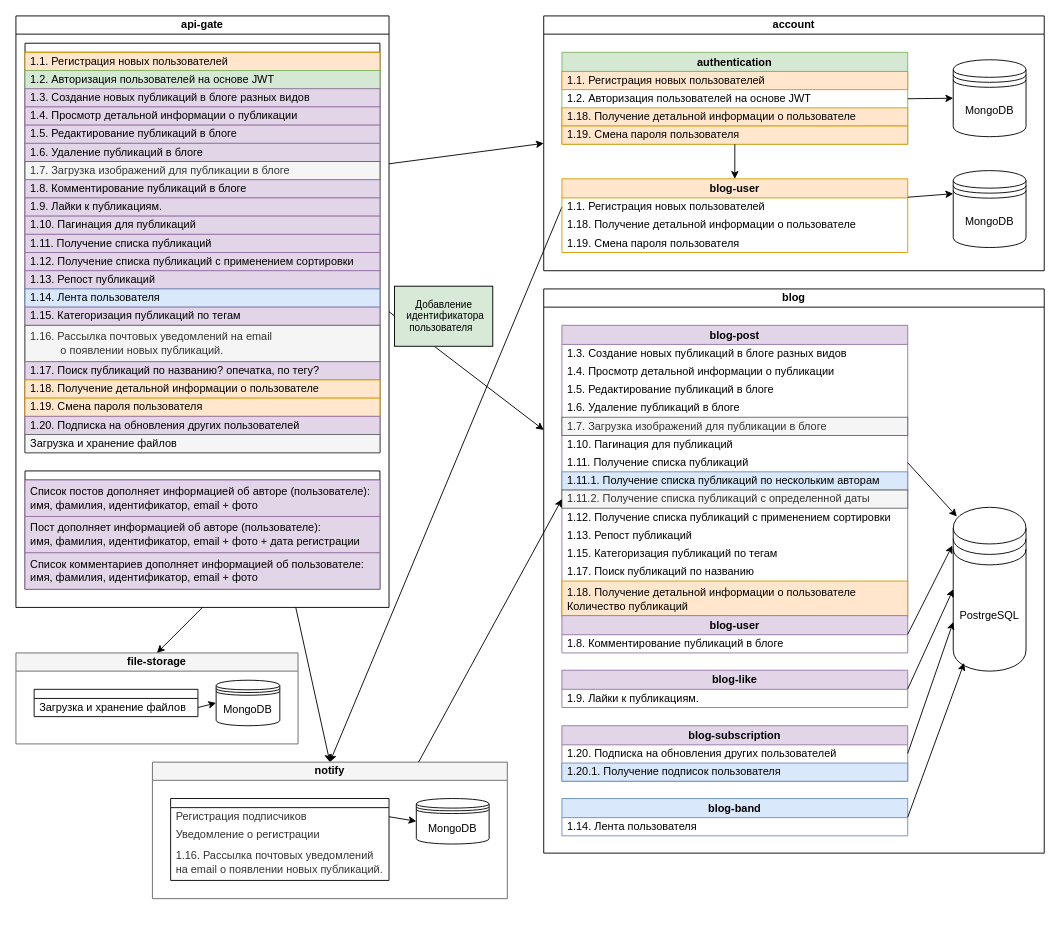
Before: specification.drawio in htmlacademy-nestjs/2486639-readme-8, a draw.io diagram. Source tidied: cells renumbered, new cells numbered last; positions are measured from the earlier drawing's top-left corner, leaving out a move shared by most shapes. Both pictures are drawn from the tidied source at 91%, with x=0, y=0 at pixel (15, 15).
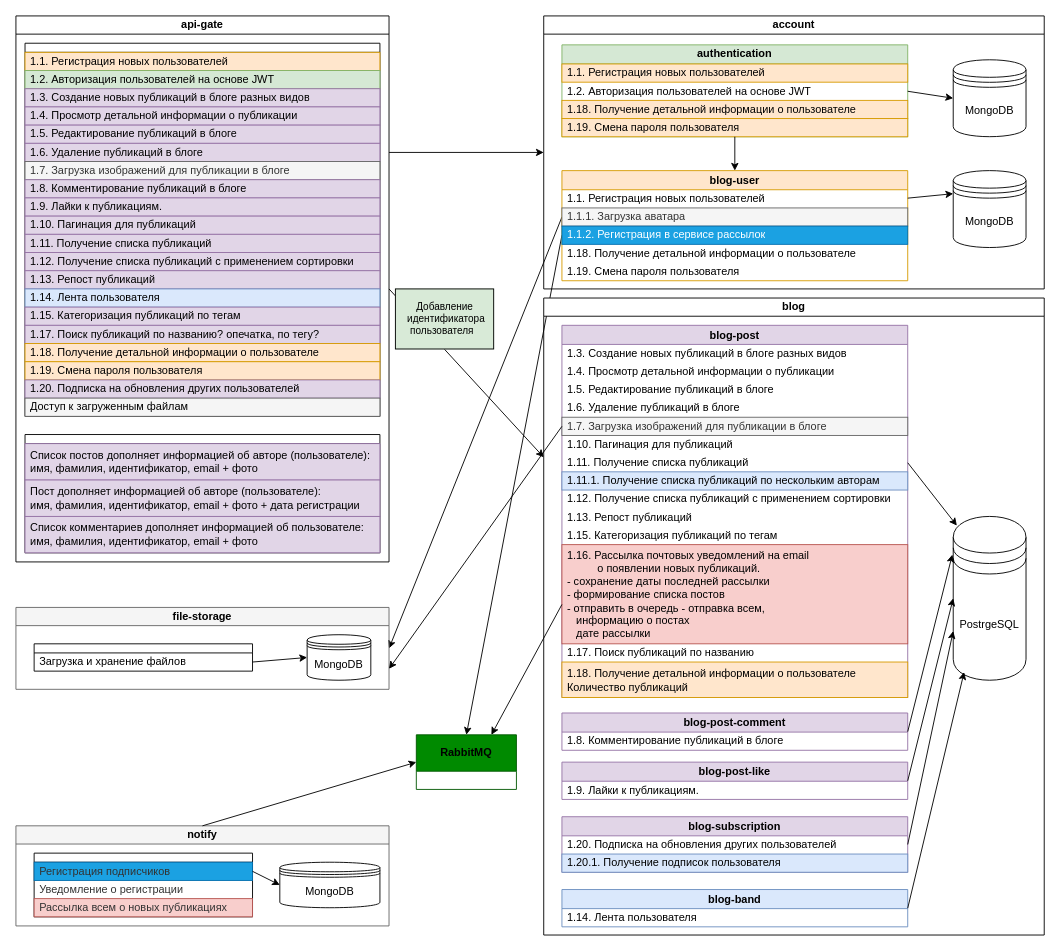
Above is the later version.

Commit message (it also covers changes not shown here):
дополнил схему

The change refers to these unchanged cells:
```xml
<mxCell id="10" value="&lt;font style=&quot;color: rgb(0, 0, 0);&quot;&gt;1.1. Регистрация новых пользователей&lt;/font&gt;" style="text;align=left;verticalAlign=middle;spacingLeft=4;spacingRight=4;overflow=hidden;points=[[0,0.5],[1,0.5]];portConstraint=eastwest;whiteSpace=wrap;html=1;" parent="9" vertex="1">
  <mxGeometry y="21" width="380" height="20" as="geometry" />
</mxCell>
<mxCell id="52" value="&lt;span style=&quot;text-wrap-mode: nowrap;&quot;&gt;1.7. Загрузка изображений для публикации в блоге&lt;/span&gt;" style="text;align=left;verticalAlign=middle;spacingLeft=4;spacingRight=4;overflow=hidden;points=[[0,0.5],[1,0.5]];portConstraint=eastwest;whiteSpace=wrap;html=1;fillColor=#f5f5f5;fontColor=#333333;strokeColor=#666666;" parent="47" vertex="1">
  <mxGeometry y="101" width="380" height="20" as="geometry" />
</mxCell>
```

What changed in the source:
```diff
@@
+    <mxCell id="93" style="endArrow=classic;html=1;rounded=0;entryX=1;entryY=0.5;entryDx=0;entryDy=0;exitX=0;exitY=0.5;exitDx=0;exitDy=0;" parent="1" edge="1" source="94" target="79">
+      <mxGeometry relative="1" as="geometry" />
+    </mxCell>
-    <mxCell id="2" style="endArrow=classic;html=1;rounded=0;exitX=0;exitY=0.5;exitDx=0;exitDy=0;entryX=0.5;entryY=0;entryDx=0;entryDy=0;" parent="1" edge="1" source="10" target="84">
+    <mxCell id="2" style="endArrow=classic;html=1;rounded=0;exitX=0;exitY=0.5;exitDx=0;exitDy=0;entryX=0.5;entryY=0;entryDx=0;entryDy=0;" parent="1" edge="1" source="95" target="97">
       <mxGeometry relative="1" as="geometry" />
     </mxCell>
     <mxCell id="3" value="account" style="swimlane;whiteSpace=wrap;html=1;align=center;fontSize=12;startSize=20;" parent="1" vertex="1">
-      <mxGeometry x="580" width="550" height="280" as="geometry" />
+      <mxGeometry x="580" width="550" height="300" as="geometry" />
     </mxCell>
     <mxCell id="4" value="&lt;span style=&quot;font-weight: 700;&quot;&gt;authentication&lt;/span&gt;" style="swimlane;fontStyle=0;horizontal=1;startSize=21;whiteSpace=wrap;html=1;fillColor=#d5e8d4;strokeColor=#82b366;" parent="3" vertex="1">
-      <mxGeometry x="20" y="40" width="380" height="101" as="geometry" />
+      <mxGeometry x="20" y="31.8" width="380" height="101" as="geometry" />
     </mxCell>
@@
     <mxCell id="9" value="&lt;span style=&quot;font-weight: 700;&quot;&gt;blog-user&lt;/span&gt;" style="swimlane;fontStyle=0;horizontal=1;startSize=21;whiteSpace=wrap;html=1;fillColor=#ffe6cc;strokeColor=#d79b00;" parent="3" vertex="1">
-      <mxGeometry x="20" y="179" width="380" height="81" as="geometry" />
+      <mxGeometry x="20" y="170" width="380" height="121" as="geometry" />
     </mxCell>
@@
+    <mxCell id="94" value="&lt;span style=&quot;text-wrap-mode: nowrap;&quot;&gt;1.1.1. Загрузка аватара&lt;/span&gt;" style="text;align=left;verticalAlign=middle;spacingLeft=4;spacingRight=4;overflow=hidden;points=[[0,0.5],[1,0.5]];portConstraint=eastwest;whiteSpace=wrap;html=1;fillColor=#f5f5f5;fontColor=#333333;strokeColor=#666666;" parent="9" vertex="1">
+      <mxGeometry y="41" width="380" height="20" as="geometry" />
+    </mxCell>
+    <mxCell id="95" value="&lt;span style=&quot;text-wrap-mode: nowrap;&quot;&gt;1.1.2. Регистрация в сервисе рассылок&lt;/span&gt;" style="text;align=left;verticalAlign=middle;spacingLeft=4;spacingRight=4;overflow=hidden;points=[[0,0.5],[1,0.5]];portConstraint=eastwest;whiteSpace=wrap;html=1;fillColor=#1ba1e2;fontColor=#ffffff;strokeColor=#006EAF;" parent="9" vertex="1">
+      <mxGeometry y="61" width="380" height="20" as="geometry" />
+    </mxCell>
     <mxCell id="11" value="&lt;span style=&quot;text-align: center; text-wrap-mode: nowrap;&quot;&gt;1.18. Получение детальной информации о пользователе&lt;/span&gt;" style="text;align=left;verticalAlign=middle;spacingLeft=4;spacingRight=4;overflow=hidden;whiteSpace=wrap;html=1;" parent="9" vertex="1">
-      <mxGeometry y="41" width="380" height="20" as="geometry" />
+      <mxGeometry y="81" width="380" height="20" as="geometry" />
     </mxCell>
     <mxCell id="12" value="&lt;span style=&quot;text-align: center; text-wrap-mode: nowrap;&quot;&gt;1.19. Смена пароля пользователя&lt;span style=&quot;white-space: pre;&quot;&gt;&#9;&lt;/span&gt;&lt;/span&gt;" style="text;align=left;verticalAlign=middle;spacingLeft=4;spacingRight=4;overflow=hidden;whiteSpace=wrap;html=1;" parent="9" vertex="1">
-      <mxGeometry y="61" width="380" height="20" as="geometry" />
+      <mxGeometry y="101" width="380" height="20" as="geometry" />
     </mxCell>
@@
     <mxCell id="18" value="&lt;b&gt;api-gate&lt;/b&gt;" style="swimlane;whiteSpace=wrap;html=1;align=center;fontSize=12;startSize=20;" parent="1" vertex="1">
-      <mxGeometry width="410" height="650" as="geometry" />
+      <mxGeometry width="410" height="600" as="geometry" />
     </mxCell>
     <mxCell id="19" style="swimlane;fontStyle=0;horizontal=1;startSize=10;whiteSpace=wrap;html=1;" parent="18" vertex="1">
-      <mxGeometry x="10" y="30" width="390" height="450" as="geometry" />
+      <mxGeometry x="10" y="30" width="390" height="410" as="geometry" />
     </mxCell>
@@
-    <mxCell id="35" value="&lt;span style=&quot;text-align: center; text-wrap-mode: nowrap;&quot;&gt;1.16. Рассылка почтовых уведомлений на email&lt;/span&gt;&lt;div&gt;&lt;span style=&quot;text-align: center; text-wrap-mode: nowrap;&quot;&gt;&amp;nbsp; &amp;nbsp; &amp;nbsp; &amp;nbsp; &amp;nbsp; о появлении новых публикаций.&lt;/span&gt;&lt;/div&gt;" style="text;align=left;verticalAlign=middle;spacingLeft=4;spacingRight=4;overflow=hidden;whiteSpace=wrap;html=1;fillColor=#f5f5f5;fontColor=#333333;strokeColor=#666666;" parent="19" vertex="1">
-      <mxGeometry y="310" width="390" height="40" as="geometry" />
-    </mxCell>
     <mxCell id="36" value="&lt;span style=&quot;text-wrap-mode: nowrap;&quot;&gt;1.17. Поиск публикаций по названию? опечатка, по тегу?&lt;/span&gt;" style="text;align=left;verticalAlign=middle;spacingLeft=4;spacingRight=4;overflow=hidden;whiteSpace=wrap;html=1;fillColor=#e1d5e7;strokeColor=#9673a6;" parent="19" vertex="1">
-      <mxGeometry y="350" width="390" height="20" as="geometry" />
+      <mxGeometry y="310" width="390" height="20" as="geometry" />
     </mxCell>
     <mxCell id="37" value="&lt;span style=&quot;text-align: center; text-wrap-mode: nowrap;&quot;&gt;1.18. Получение детальной информации о пользователе&lt;/span&gt;" style="text;strokeColor=#d79b00;fillColor=#ffe6cc;align=left;verticalAlign=middle;spacingLeft=4;spacingRight=4;overflow=hidden;whiteSpace=wrap;html=1;" parent="19" vertex="1">
-      <mxGeometry y="370" width="390" height="20" as="geometry" />
+      <mxGeometry y="330" width="390" height="20" as="geometry" />
     </mxCell>
     <mxCell id="38" value="&lt;span style=&quot;text-align: center; text-wrap-mode: nowrap;&quot;&gt;1.19. Смена пароля пользователя&lt;/span&gt;" style="text;strokeColor=#d79b00;fillColor=#ffe6cc;align=left;verticalAlign=middle;spacingLeft=4;spacingRight=4;overflow=hidden;whiteSpace=wrap;html=1;" parent="19" vertex="1">
-      <mxGeometry y="390" width="390" height="20" as="geometry" />
+      <mxGeometry y="350" width="390" height="20" as="geometry" />
     </mxCell>
     <mxCell id="39" value="&lt;span style=&quot;text-wrap-mode: nowrap;&quot;&gt;1.20. Подписка на обновления других пользователей&lt;/span&gt;" style="text;align=left;verticalAlign=middle;spacingLeft=4;spacingRight=4;overflow=hidden;whiteSpace=wrap;html=1;fillColor=#e1d5e7;strokeColor=#9673a6;" parent="19" vertex="1">
-      <mxGeometry y="410" width="390" height="20" as="geometry" />
+      <mxGeometry y="370" width="390" height="20" as="geometry" />
     </mxCell>
-    <mxCell id="40" value="&lt;span style=&quot;color: rgb(0, 0, 0); text-wrap-mode: nowrap;&quot;&gt;Загрузка и хранение&amp;nbsp;&lt;/span&gt;&lt;span style=&quot;color: light-dark(rgb(0, 0, 0), rgb(255, 255, 255)); text-wrap-mode: nowrap; background-color: transparent;&quot;&gt;файлов&lt;/span&gt;" style="text;align=left;verticalAlign=middle;spacingLeft=4;spacingRight=4;overflow=hidden;whiteSpace=wrap;html=1;fillColor=#f5f5f5;fontColor=#333333;strokeColor=#666666;" parent="19" vertex="1">
-      <mxGeometry y="430" width="390" height="20" as="geometry" />
+    <mxCell id="40" value="&lt;span style=&quot;color: rgb(0, 0, 0); text-wrap-mode: nowrap;&quot;&gt;Доступ к загруженным файлам&lt;/span&gt;" style="text;align=left;verticalAlign=middle;spacingLeft=4;spacingRight=4;overflow=hidden;whiteSpace=wrap;html=1;fillColor=#f5f5f5;fontColor=#333333;strokeColor=#666666;" parent="19" vertex="1">
+      <mxGeometry y="390" width="390" height="20" as="geometry" />
     </mxCell>
     <mxCell id="41" style="swimlane;fontStyle=0;horizontal=1;startSize=10;whiteSpace=wrap;html=1;" parent="18" vertex="1">
-      <mxGeometry x="10" y="500" width="390" height="130" as="geometry" />
+      <mxGeometry x="10" y="460" width="390" height="130" as="geometry" />
     </mxCell>
@@
     <mxCell id="46" value="blog" style="swimlane;whiteSpace=wrap;html=1;align=center;fontSize=12;startSize=20;" parent="1" vertex="1">
-      <mxGeometry x="580" y="300" width="550" height="620" as="geometry" />
+      <mxGeometry x="580" y="310" width="550" height="700" as="geometry" />
     </mxCell>
     <mxCell id="47" value="&lt;span style=&quot;font-weight: 700;&quot;&gt;blog-post&lt;/span&gt;" style="swimlane;fontStyle=0;horizontal=1;startSize=21;whiteSpace=wrap;html=1;fillColor=#e1d5e7;strokeColor=#9673a6;" parent="46" vertex="1">
-      <mxGeometry x="20" y="40" width="380" height="320" as="geometry" />
+      <mxGeometry x="20" y="30" width="380" height="409" as="geometry" />
     </mxCell>
@@
-    <mxCell id="56" value="&lt;span style=&quot;text-wrap-mode: nowrap;&quot;&gt;1.11.2. Получение списка публикаций с определенной даты&lt;/span&gt;" style="text;align=left;verticalAlign=middle;spacingLeft=4;spacingRight=4;overflow=hidden;points=[[0,0.5],[1,0.5]];portConstraint=eastwest;whiteSpace=wrap;html=1;fillColor=#f5f5f5;strokeColor=#666666;fontColor=#333333;" parent="47" vertex="1">
-      <mxGeometry y="181" width="380" height="20" as="geometry" />
-    </mxCell>
     <mxCell id="57" value="&lt;span style=&quot;text-wrap-mode: nowrap;&quot;&gt;1.12. Получение списка публикаций с применением сортировки&lt;/span&gt;" style="text;align=left;verticalAlign=middle;spacingLeft=4;spacingRight=4;overflow=hidden;whiteSpace=wrap;html=1;" parent="47" vertex="1">
-      <mxGeometry y="201" width="380" height="20" as="geometry" />
+      <mxGeometry y="181" width="380" height="20" as="geometry" />
     </mxCell>
     <mxCell id="58" value="&lt;span style=&quot;text-wrap-mode: nowrap;&quot;&gt;1.13. Репост публикаций&lt;/span&gt;" style="text;align=left;verticalAlign=middle;spacingLeft=4;spacingRight=4;overflow=hidden;whiteSpace=wrap;html=1;" parent="47" vertex="1">
-      <mxGeometry y="221" width="380" height="20" as="geometry" />
+      <mxGeometry y="201" width="380" height="20" as="geometry" />
     </mxCell>
     <mxCell id="59" value="&lt;span style=&quot;text-wrap-mode: nowrap;&quot;&gt;1.15. Категоризация публикаций по тегам&lt;/span&gt;" style="text;align=left;verticalAlign=middle;spacingLeft=4;spacingRight=4;overflow=hidden;whiteSpace=wrap;html=1;" parent="47" vertex="1">
-      <mxGeometry y="241" width="380" height="20" as="geometry" />
+      <mxGeometry y="221" width="380" height="20" as="geometry" />
     </mxCell>
+    <mxCell id="35" value="&lt;span style=&quot;text-align: center; text-wrap-mode: nowrap;&quot;&gt;1.16. Рассылка почтовых уведомлений на email&lt;/span&gt;&lt;div&gt;&lt;span style=&quot;text-align: center; text-wrap-mode: nowrap;&quot;&gt;&amp;nbsp; &amp;nbsp; &amp;nbsp; &amp;nbsp; &amp;nbsp; о появлении новых публикаций.&lt;/span&gt;&lt;/div&gt;&lt;div&gt;&lt;span style=&quot;text-align: center; text-wrap-mode: nowrap;&quot;&gt;- сохранение даты последней рассылки&lt;/span&gt;&lt;/div&gt;&lt;div&gt;&lt;span style=&quot;text-align: center; text-wrap-mode: nowrap;&quot;&gt;- формирование списка постов&lt;/span&gt;&lt;/div&gt;&lt;div&gt;&lt;span style=&quot;text-align: center; text-wrap-mode: nowrap;&quot;&gt;- отправить в очередь - отправка всем,&amp;nbsp;&lt;/span&gt;&lt;/div&gt;&lt;div&gt;&lt;span style=&quot;text-align: center; text-wrap-mode: nowrap;&quot;&gt;&amp;nbsp; &amp;nbsp;информацию о постах&amp;nbsp;&lt;/span&gt;&lt;/div&gt;&lt;div&gt;&lt;span style=&quot;text-align: center; text-wrap-mode: nowrap;&quot;&gt;&amp;nbsp; &amp;nbsp;дате рассылки&lt;/span&gt;&lt;/div&gt;" style="text;align=left;verticalAlign=middle;spacingLeft=4;spacingRight=4;overflow=hidden;whiteSpace=wrap;html=1;fillColor=#f8cecc;strokeColor=#b85450;" parent="47" vertex="1">
+      <mxGeometry y="241" width="380" height="109" as="geometry" />
+    </mxCell>
     <mxCell id="60" value="&lt;span style=&quot;text-wrap-mode: nowrap;&quot;&gt;1.17. Поиск публикаций по названию&lt;/span&gt;" style="text;align=left;verticalAlign=middle;spacingLeft=4;spacingRight=4;overflow=hidden;whiteSpace=wrap;html=1;" parent="47" vertex="1">
-      <mxGeometry y="261" width="380" height="20" as="geometry" />
+      <mxGeometry y="350" width="380" height="20" as="geometry" />
     </mxCell>
     <mxCell id="61" value="&lt;span style=&quot;text-align: center; text-wrap-mode: nowrap;&quot;&gt;1.18. Получение детальной информации о пользователе&lt;/span&gt;&lt;div&gt;&lt;span style=&quot;text-align: center; text-wrap-mode: nowrap;&quot;&gt;Количество публикаций&lt;/span&gt;&lt;/div&gt;" style="text;strokeColor=#d79b00;fillColor=#ffe6cc;align=left;verticalAlign=middle;spacingLeft=4;spacingRight=4;overflow=hidden;whiteSpace=wrap;html=1;" parent="47" vertex="1">
-      <mxGeometry y="281" width="380" height="39" as="geometry" />
+      <mxGeometry y="370" width="380" height="39" as="geometry" />
     </mxCell>
@@
-    <mxCell id="64" value="&lt;span style=&quot;font-weight: 700;&quot;&gt;blog-user&lt;/span&gt;" style="swimlane;fontStyle=0;horizontal=1;startSize=21;whiteSpace=wrap;html=1;fillColor=#e1d5e7;strokeColor=#9673a6;" parent="46" vertex="1">
-      <mxGeometry x="20" y="359" width="380" height="41" as="geometry" />
+    <mxCell id="64" value="&lt;span style=&quot;font-weight: 700;&quot;&gt;blog-post-comment&lt;/span&gt;" style="swimlane;fontStyle=0;horizontal=1;startSize=21;whiteSpace=wrap;html=1;fillColor=#e1d5e7;strokeColor=#9673a6;" parent="46" vertex="1">
+      <mxGeometry x="20" y="456" width="380" height="41" as="geometry" />
     </mxCell>
@@
-    <mxCell id="66" value="&lt;span style=&quot;font-weight: 700;&quot;&gt;blog-like&lt;/span&gt;" style="swimlane;fontStyle=0;horizontal=1;startSize=21;whiteSpace=wrap;html=1;fillColor=#e1d5e7;strokeColor=#9673a6;" parent="46" vertex="1">
-      <mxGeometry x="20" y="419" width="380" height="41" as="geometry" />
+    <mxCell id="66" value="&lt;span style=&quot;font-weight: 700;&quot;&gt;blog-post-like&lt;/span&gt;" style="swimlane;fontStyle=0;horizontal=1;startSize=21;whiteSpace=wrap;html=1;fillColor=#e1d5e7;strokeColor=#9673a6;" parent="46" vertex="1">
+      <mxGeometry x="20" y="510" width="380" height="41" as="geometry" />
     </mxCell>
@@
     <mxCell id="68" value="&lt;span style=&quot;font-weight: 700;&quot;&gt;blog-subscription&lt;/span&gt;" style="swimlane;fontStyle=0;horizontal=1;startSize=21;whiteSpace=wrap;html=1;fillColor=#e1d5e7;strokeColor=#9673a6;" parent="46" vertex="1">
-      <mxGeometry x="20" y="480" width="380" height="61" as="geometry" />
+      <mxGeometry x="20" y="570" width="380" height="61" as="geometry" />
     </mxCell>
@@
     <mxCell id="71" value="&lt;span style=&quot;font-weight: 700;&quot;&gt;blog-band&lt;/span&gt;" style="swimlane;fontStyle=0;horizontal=1;startSize=21;whiteSpace=wrap;html=1;fillColor=#dae8fc;strokeColor=#6c8ebf;" parent="46" vertex="1">
-      <mxGeometry x="20" y="560" width="380" height="41" as="geometry" />
+      <mxGeometry x="20" y="650" width="380" height="41" as="geometry" />
     </mxCell>
@@
     <mxCell id="79" value="&lt;span style=&quot;color: rgb(0, 0, 0);&quot;&gt;file-storage&lt;/span&gt;" style="swimlane;whiteSpace=wrap;html=1;align=center;fontSize=12;startSize=20;fillColor=#f5f5f5;fontColor=#333333;strokeColor=#666666;" parent="1" vertex="1">
-      <mxGeometry y="700" width="310" height="100" as="geometry" />
+      <mxGeometry y="650" width="410" height="90" as="geometry" />
     </mxCell>
     <mxCell id="80" style="swimlane;fontStyle=0;horizontal=1;startSize=10;whiteSpace=wrap;html=1;" parent="79" vertex="1">
-      <mxGeometry x="20" y="40" width="180" height="30" as="geometry" />
+      <mxGeometry x="20" y="40" width="240" height="30" as="geometry" />
     </mxCell>
     <mxCell id="81" value="&lt;span style=&quot;text-wrap-mode: nowrap; color: rgb(0, 0, 0);&quot;&gt;Загрузка и хранение&amp;nbsp;&lt;/span&gt;&lt;span style=&quot;text-wrap-mode: nowrap; background-color: transparent; color: light-dark(rgb(0, 0, 0), rgb(255, 255, 255));&quot;&gt;файлов&lt;/span&gt;" style="text;align=left;verticalAlign=middle;spacingLeft=4;spacingRight=4;overflow=hidden;points=[[0,0.5],[1,0.5]];portConstraint=eastwest;whiteSpace=wrap;html=1;" parent="80" vertex="1">
-      <mxGeometry y="10" width="180" height="20" as="geometry" />
+      <mxGeometry y="10" width="240" height="20" as="geometry" />
     </mxCell>
     <mxCell id="82" value="MongoDB" style="shape=datastore;whiteSpace=wrap;html=1;fontSize=12;" parent="79" vertex="1">
-      <mxGeometry x="220" y="30" width="70" height="50" as="geometry" />
+      <mxGeometry x="320" y="30" width="70" height="50" as="geometry" />
     </mxCell>
@@
     <mxCell id="84" value="&lt;span style=&quot;color: rgb(0, 0, 0);&quot;&gt;notify&lt;/span&gt;" style="swimlane;whiteSpace=wrap;html=1;align=center;fontSize=12;startSize=20;fillColor=#f5f5f5;fontColor=#333333;strokeColor=#666666;" parent="1" vertex="1">
-      <mxGeometry x="150" y="820" width="390" height="150" as="geometry" />
+      <mxGeometry y="890" width="410" height="110" as="geometry" />
     </mxCell>
     <mxCell id="85" style="swimlane;fontStyle=0;horizontal=1;startSize=10;whiteSpace=wrap;html=1;" parent="84" vertex="1">
-      <mxGeometry x="20" y="40" width="240" height="90" as="geometry" />
+      <mxGeometry x="20" y="30" width="240" height="70" as="geometry" />
     </mxCell>
-    <mxCell id="86" value="&lt;span style=&quot;color: rgb(51, 51, 51); text-wrap-mode: nowrap; text-align: center;&quot;&gt;Регистрация подписчиков&lt;/span&gt;" style="text;align=left;verticalAlign=middle;spacingLeft=4;spacingRight=4;overflow=hidden;points=[[0,0.5],[1,0.5]];portConstraint=eastwest;whiteSpace=wrap;html=1;" parent="85" vertex="1">
+    <mxCell id="86" value="&lt;span style=&quot;color: rgb(51, 51, 51); text-wrap-mode: nowrap; text-align: center;&quot;&gt;Регистрация подписчиков&lt;/span&gt;" style="text;align=left;verticalAlign=middle;spacingLeft=4;spacingRight=4;overflow=hidden;points=[[0,0.5],[1,0.5]];portConstraint=eastwest;whiteSpace=wrap;html=1;fillColor=#1ba1e2;fontColor=#ffffff;strokeColor=#006EAF;" parent="85" vertex="1">
       <mxGeometry y="10" width="240" height="20" as="geometry" />
     </mxCell>
@@
-    <mxCell id="88" value="&lt;span style=&quot;color: rgb(51, 51, 51); text-wrap-mode: nowrap; text-align: center;&quot;&gt;1.16. Рассылка почтовых уведомлений&lt;/span&gt;&lt;div&gt;&lt;span style=&quot;color: rgb(51, 51, 51); text-wrap-mode: nowrap; text-align: center;&quot;&gt;на email&amp;nbsp;&lt;/span&gt;&lt;span style=&quot;text-align: center; text-wrap-mode: nowrap; color: light-dark(rgb(51, 51, 51), rgb(193, 193, 193)); background-color: transparent;&quot;&gt;о появлении новых публикаций.&lt;/span&gt;&lt;/div&gt;" style="text;align=left;verticalAlign=middle;spacingLeft=4;spacingRight=4;overflow=hidden;whiteSpace=wrap;html=1;" parent="85" vertex="1">
-      <mxGeometry y="50" width="240" height="40" as="geometry" />
+    <mxCell id="88" value="&lt;span style=&quot;color: rgb(51, 51, 51); text-wrap-mode: nowrap; text-align: center;&quot;&gt;Рассылка всем о новых публикациях&lt;/span&gt;" style="text;align=left;verticalAlign=middle;spacingLeft=4;spacingRight=4;overflow=hidden;whiteSpace=wrap;html=1;fillColor=#f8cecc;strokeColor=#b85450;" parent="85" vertex="1">
+      <mxGeometry y="50" width="240" height="20" as="geometry" />
     </mxCell>
     <mxCell id="89" value="MongoDB" style="shape=datastore;whiteSpace=wrap;html=1;fontSize=12;" parent="84" vertex="1">
-      <mxGeometry x="290" y="40" width="80" height="50" as="geometry" />
+      <mxGeometry x="290" y="40" width="110" height="50" as="geometry" />
     </mxCell>
@@
-    <mxCell id="91" style="endArrow=classic;html=1;rounded=0;entryX=0;entryY=0.5;entryDx=0;entryDy=0;exitX=0.75;exitY=0;exitDx=0;exitDy=0;" parent="1" edge="1" source="84" target="56">
-      <mxGeometry relative="1" as="geometry" />
-    </mxCell>
-    <mxCell id="92" style="endArrow=classic;html=1;rounded=0;exitX=0.75;exitY=1;exitDx=0;exitDy=0;entryX=0.5;entryY=0;entryDx=0;entryDy=0;" parent="1" edge="1" source="18" target="84">
+    <mxCell id="92" style="endArrow=classic;html=1;rounded=0;exitX=0;exitY=0.75;exitDx=0;exitDy=0;entryX=0.75;entryY=0;entryDx=0;entryDy=0;" parent="1" edge="1" source="47" target="97">
       <mxGeometry relative="1" as="geometry" />
     </mxCell>
-    <mxCell id="93" style="endArrow=classic;html=1;rounded=0;exitX=0.5;exitY=1;exitDx=0;exitDy=0;entryX=0.5;entryY=0;entryDx=0;entryDy=0;" parent="1" edge="1" source="18" target="79">
-      <mxGeometry relative="1" as="geometry" />
-    </mxCell>
+    <mxCell id="96" style="endArrow=classic;html=1;rounded=0;entryX=1;entryY=0.75;entryDx=0;entryDy=0;exitX=0;exitY=0.5;exitDx=0;exitDy=0;" parent="1" edge="1" source="52" target="79">
+      <mxGeometry relative="1" as="geometry" />
+    </mxCell>
+    <mxCell id="97" value="&lt;span style=&quot;color: rgb(0, 0, 0);&quot;&gt;RabbitMQ&lt;/span&gt;" style="swimlane;whiteSpace=wrap;html=1;align=center;fontSize=12;startSize=40;fillColor=#008a00;fontColor=#ffffff;strokeColor=#005700;" parent="1" vertex="1">
+      <mxGeometry x="440" y="790" width="110" height="60" as="geometry" />
+    </mxCell>
+    <mxCell id="98" style="endArrow=classic;html=1;rounded=0;exitX=0.5;exitY=0;exitDx=0;exitDy=0;entryX=0;entryY=0.5;entryDx=0;entryDy=0;" parent="1" edge="1" source="84" target="97">
+      <mxGeometry relative="1" as="geometry" />
+    </mxCell>
```
